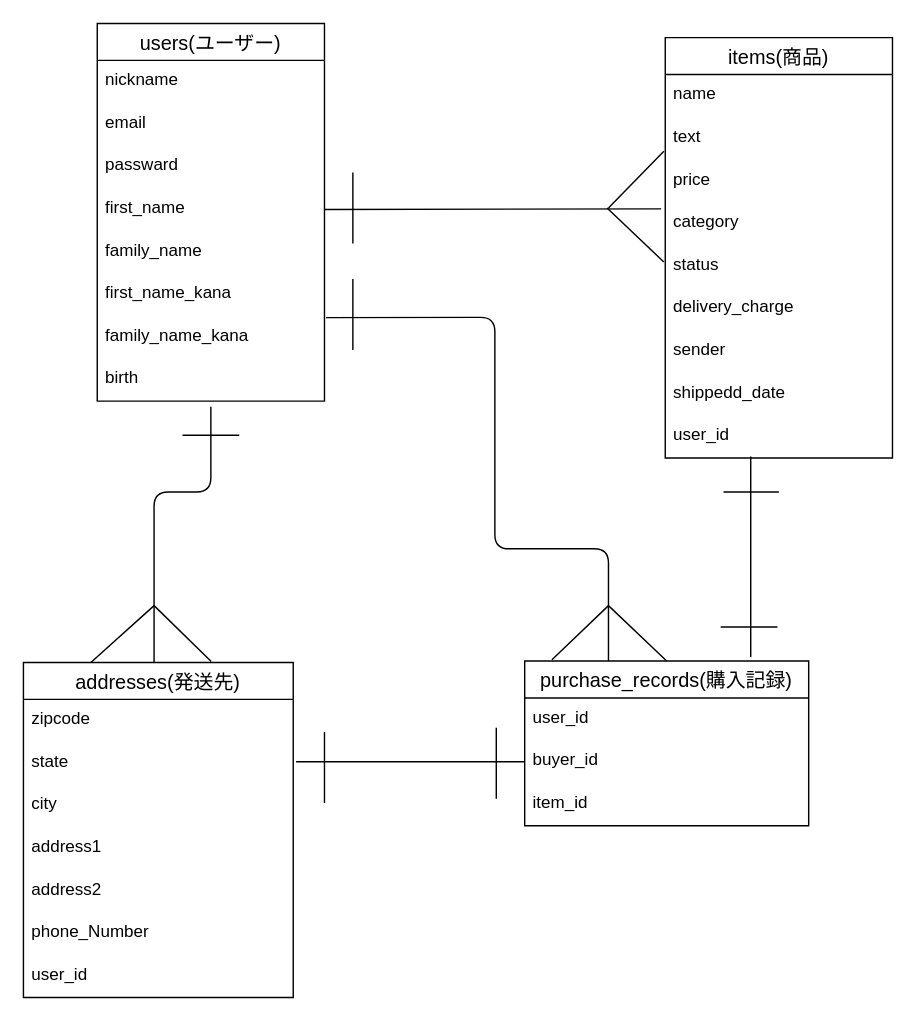
Before: config/test.dio in syunkou/furima-38377, a draw.io diagram. Source tidied: cells renumbered, new cells numbered last; positions are measured from the earlier drawing's top-left corner, leaving out a move shared by most shapes. Both pictures are drawn from the tidied source at 142%, with x=0, y=0 at pixel (23, 23).
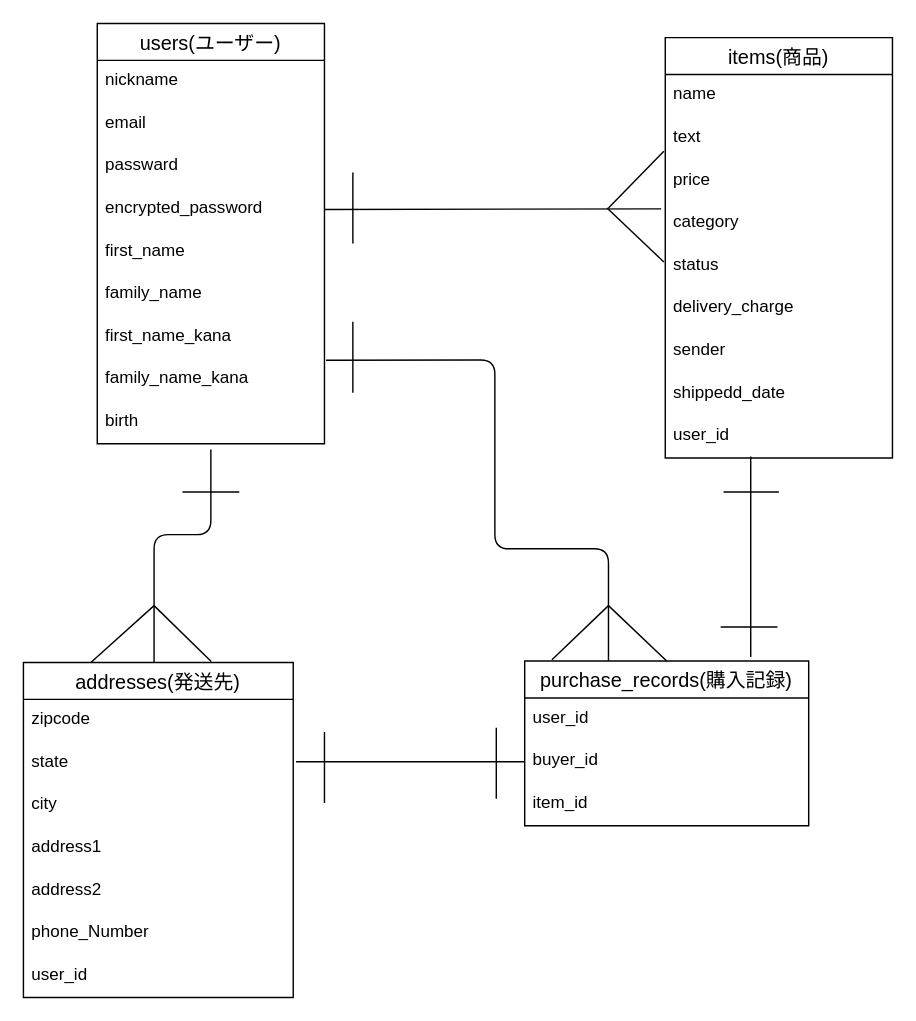
The same page after the edit.

Unchanged cells that the change refers to:
```xml
<mxCell id="15" value="category" style="text;strokeColor=none;fillColor=none;spacingLeft=4;spacingRight=4;overflow=hidden;points=[[0,0.5],[1,0.5]];portConstraint=eastwest;fontSize=12;html=0;" parent="11" vertex="1">
  <mxGeometry y="116" width="160" height="30" as="geometry" />
</mxCell>
<mxCell id="21" value="purchase_records(購入記録)" style="swimlane;fontStyle=0;horizontal=1;startSize=26;align=center;fontSize=14;strokeColor=default;html=0;" parent="1" vertex="1">
  <mxGeometry x="353" y="449" width="200" height="116" as="geometry" />
</mxCell>
```

What changed in the source:
```diff
@@
     <mxCell id="2" value="users(ユーザー)" style="swimlane;fontStyle=0;horizontal=1;startSize=26;align=center;fontSize=14;strokeColor=default;html=0;" parent="1" vertex="1">
-      <mxGeometry x="52" width="160" height="266" as="geometry" />
+      <mxGeometry x="52" width="160" height="296" as="geometry" />
     </mxCell>
@@
+    <mxCell id="51" value="encrypted_password" style="text;strokeColor=none;fillColor=none;spacingLeft=4;spacingRight=4;overflow=hidden;points=[[0,0.5],[1,0.5]];portConstraint=eastwest;fontSize=12;html=0;" parent="2" vertex="1">
+      <mxGeometry y="116" width="160" height="30" as="geometry" />
+    </mxCell>
     <mxCell id="6" value="first_name" style="text;strokeColor=none;fillColor=none;spacingLeft=4;spacingRight=4;overflow=hidden;points=[[0,0.5],[1,0.5]];portConstraint=eastwest;fontSize=12;html=0;" parent="2" vertex="1">
-      <mxGeometry y="116" width="160" height="30" as="geometry" />
+      <mxGeometry y="146" width="160" height="30" as="geometry" />
     </mxCell>
     <mxCell id="7" value="family_name" style="text;strokeColor=none;fillColor=none;spacingLeft=4;spacingRight=4;overflow=hidden;fontSize=12;html=0;" parent="2" vertex="1">
-      <mxGeometry y="146" width="160" height="30" as="geometry" />
+      <mxGeometry y="176" width="160" height="30" as="geometry" />
     </mxCell>
     <mxCell id="8" value="first_name_kana" style="text;strokeColor=none;fillColor=none;spacingLeft=4;spacingRight=4;overflow=hidden;fontSize=12;html=0;" parent="2" vertex="1">
-      <mxGeometry y="176" width="160" height="30" as="geometry" />
+      <mxGeometry y="206" width="160" height="30" as="geometry" />
     </mxCell>
     <mxCell id="9" value="family_name_kana" style="text;strokeColor=none;fillColor=none;spacingLeft=4;spacingRight=4;overflow=hidden;points=[[0,0.5],[1,0.5]];portConstraint=eastwest;fontSize=12;html=0;" parent="2" vertex="1">
-      <mxGeometry y="206" width="160" height="30" as="geometry" />
+      <mxGeometry y="236" width="160" height="30" as="geometry" />
     </mxCell>
     <mxCell id="10" value="birth" style="text;strokeColor=none;fillColor=none;spacingLeft=4;spacingRight=4;overflow=hidden;fontSize=12;html=0;" parent="2" vertex="1">
-      <mxGeometry y="236" width="160" height="30" as="geometry" />
+      <mxGeometry y="266" width="160" height="30" as="geometry" />
     </mxCell>
@@
-    <mxCell id="36" style="endArrow=none;html=1;exitX=1;exitY=0.5;exitDx=0;exitDy=0;entryX=-0.018;entryY=0.153;entryDx=0;entryDy=0;entryPerimeter=0;" parent="1" edge="1" source="6" target="15">
+    <mxCell id="36" style="endArrow=none;html=1;exitX=1;exitY=0.5;exitDx=0;exitDy=0;entryX=-0.018;entryY=0.153;entryDx=0;entryDy=0;entryPerimeter=0;" parent="1" edge="1" source="51" target="15">
       <mxGeometry relative="1" as="geometry" />
     </mxCell>
     <mxCell id="37" style="endArrow=none;html=1;" parent="1" edge="1">
       <mxGeometry relative="1" as="geometry">
         <mxPoint x="92" y="450" as="sourcePoint" />
-        <mxPoint x="132" y="270" as="targetPoint" />
+        <mxPoint x="132" y="300" as="targetPoint" />
         <Array as="points">
-          <mxPoint x="92" y="330" />
-          <mxPoint x="132" y="330" />
+          <mxPoint x="92" y="360" />
+          <mxPoint x="132" y="360" />
         </Array>
       </mxGeometry>
     </mxCell>
     <mxCell id="38" style="endArrow=none;html=1;" parent="1" edge="1">
       <mxGeometry relative="1" as="geometry">
-        <mxPoint x="112" y="290" as="sourcePoint" />
-        <mxPoint x="152" y="290" as="targetPoint" />
+        <mxPoint x="112" y="330" as="sourcePoint" />
+        <mxPoint x="152" y="330" as="targetPoint" />
       </mxGeometry>
     </mxCell>
@@
     <mxCell id="41" style="endArrow=none;html=1;exitX=1.007;exitY=0.039;exitDx=0;exitDy=0;exitPerimeter=0;entryX=0.295;entryY=0;entryDx=0;entryDy=0;entryPerimeter=0;" parent="1" edge="1" source="9" target="21">
       <mxGeometry relative="1" as="geometry">
         <Array as="points">
-          <mxPoint x="332" y="207" />
+          <mxPoint x="332" y="237" />
           <mxPoint x="332" y="370" />
           <mxPoint x="412" y="370" />
         </Array>
       </mxGeometry>
     </mxCell>
@@
     <mxCell id="44" style="endArrow=none;html=1;" parent="1" edge="1">
       <mxGeometry relative="1" as="geometry">
-        <mxPoint x="232" y="230" as="sourcePoint" />
-        <mxPoint x="232" y="180" as="targetPoint" />
+        <mxPoint x="232" y="260" as="sourcePoint" />
+        <mxPoint x="232" y="210" as="targetPoint" />
       </mxGeometry>
     </mxCell>
```
